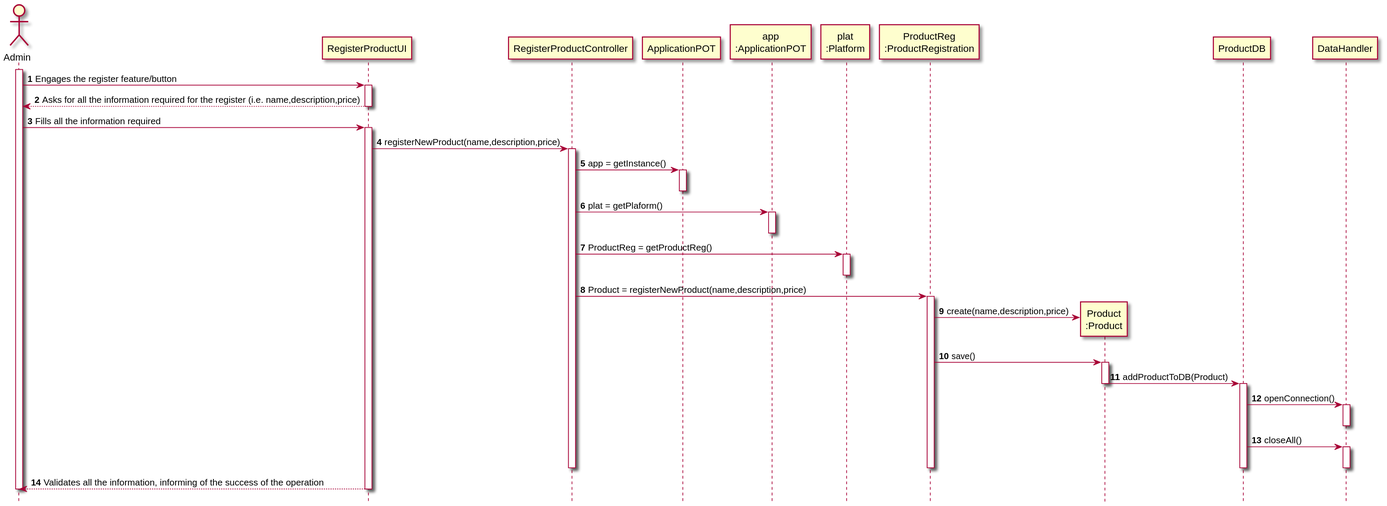
This is docs/Iteration 1/Product Management/US70_RegisterProduct/US70_SD.svg from tiagoavcosta25/LAPR3, a PlantUML export, as it was before one commit. The source it was exported from:
```plantuml
@startuml
autonumber
hide footbox

actor "Admin" as U

participant "RegisterProductUI" as UI
participant "RegisterProductController" as CTRL
participant "ApplicationPOT" as _APP
participant "app\n:ApplicationPOT" as APP
participant "plat\n:Platform" as PLAT
participant "ProductReg\n:ProductRegistration" as PREG

participant "Product\n:Product" as PROD

participant "ProductDB" as DB
participant "DataHandler" as DH

activate U

U -> UI : Engages the register feature/button
activate UI

UI --> U : Asks for all the information required for the register (i.e. name,description,price)


deactivate UI
U -> UI : Fills all the information required
activate UI
UI -> CTRL : registerNewProduct(name,description,price)
activate CTRL
CTRL -> _APP: app = getInstance()
activate _APP
deactivate _APP

CTRL -> APP: plat = getPlaform()
activate APP
deactivate APP
CTRL -> PLAT : ProductReg = getProductReg()
activate PLAT
deactivate PLAT

CTRL -> PREG : Product = registerNewProduct(name,description,price)
activate PREG


PREG -> PROD** : create(name,description,price)



PREG -> PROD : save()


activate PROD

PROD -> DB : addProductToDB(Product)
deactivate PROD
activate DB
DB -> DH : openConnection()
activate DH
deactivate DH
DB -> DH : closeAll()
activate DH
deactivate DH
deactivate DB
deactivate PREG



deactivate CTRL
UI --> U : Validates all the information, informing of the success of the operation
deactivate UI
deactivate U

@enduml
```
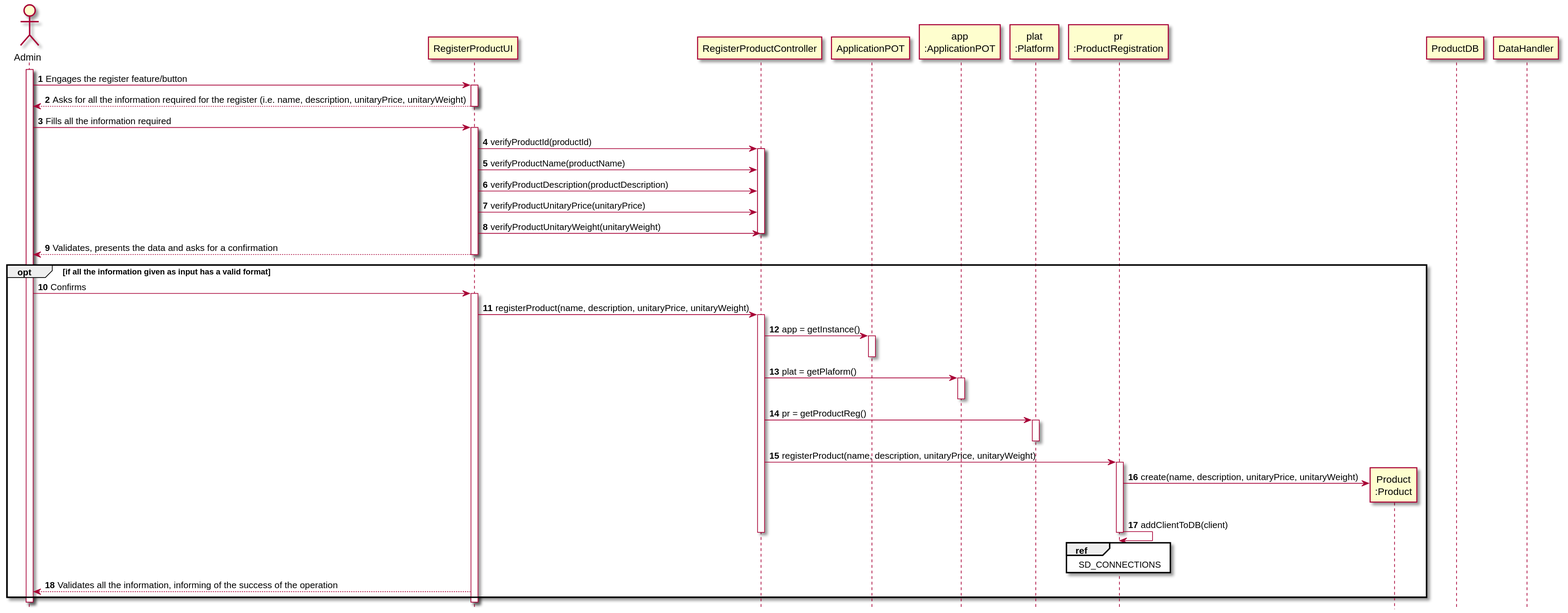
Later version of the same file.

Commit message:
LAPR2AP2-70 #close Product Registration [Code]

What changed in the source:
```diff
@@ -9,7 +9,7 @@
 participant "ApplicationPOT" as _APP
 participant "app\n:ApplicationPOT" as APP
 participant "plat\n:Platform" as PLAT
-participant "ProductReg\n:ProductRegistration" as PREG
+participant "pr\n:ProductRegistration" as PREG
 
 participant "Product\n:Product" as PROD
 
@@ -21,13 +21,31 @@
 U -> UI : Engages the register feature/button
 activate UI
 
-UI --> U : Asks for all the information required for the register (i.e. name,description,price)
+UI --> U : Asks for all the information required for the register (i.e. name, description, unitaryPrice, unitaryWeight)
 
 
 deactivate UI
 U -> UI : Fills all the information required
 activate UI
-UI -> CTRL : registerNewProduct(name,description,price)
+
+
+UI -> CTRL : verifyProductId(productId)
+activate CTRL
+UI -> CTRL : verifyProductName(productName)
+UI -> CTRL : verifyProductDescription(productDescription)
+UI -> CTRL : verifyProductUnitaryPrice(unitaryPrice)
+UI -> CTRL : verifyProductUnitaryWeight(unitaryWeight)
+deactivate CTRL
+
+UI --> U : Validates, presents the data and asks for a confirmation
+deactivate UI
+
+opt if all the information given as input has a valid format
+
+
+U -> UI : Confirms
+activate UI
+UI -> CTRL : registerProduct(name, description, unitaryPrice, unitaryWeight)
 activate CTRL
 CTRL -> _APP: app = getInstance()
 activate _APP
@@ -36,40 +54,31 @@
 CTRL -> APP: plat = getPlaform()
 activate APP
 deactivate APP
-CTRL -> PLAT : ProductReg = getProductReg()
+CTRL -> PLAT : pr = getProductReg()
 activate PLAT
 deactivate PLAT
 
-CTRL -> PREG : Product = registerNewProduct(name,description,price)
+CTRL -> PREG : registerProduct(name, description, unitaryPrice, unitaryWeight)
 activate PREG
 
 
-PREG -> PROD** : create(name,description,price)
+PREG -> PROD** : create(name, description, unitaryPrice, unitaryWeight)
+
+PREG -> PREG : addClientToDB(client)
+ref over PREG
+SD_CONNECTIONS
+end ref
 
 
-
-PREG -> PROD : save()
-
-
-activate PROD
-
-PROD -> DB : addProductToDB(Product)
-deactivate PROD
-activate DB
-DB -> DH : openConnection()
-activate DH
-deactivate DH
-DB -> DH : closeAll()
-activate DH
-deactivate DH
-deactivate DB
 deactivate PREG
 
 
 
 deactivate CTRL
 UI --> U : Validates all the information, informing of the success of the operation
+end opt
 deactivate UI
 deactivate U
 
+
 @enduml
```
